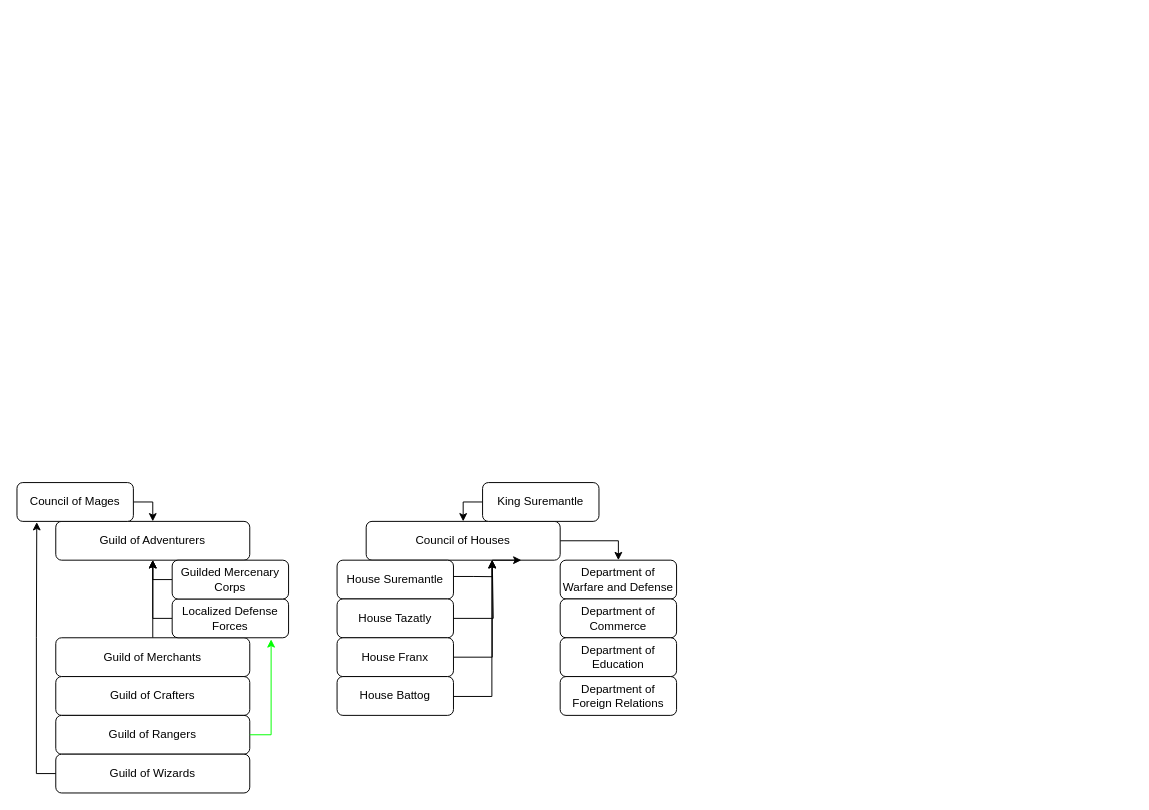
Before: MEDIA/SUPP/alatermenianStructures.drawio in craftingcity/The-Known-World, a draw.io diagram. Source tidied: cells renumbered, new cells numbered last; positions are measured from the earlier drawing's top-left corner, leaving out a move shared by most shapes. Both pictures are drawn from the tidied source at 97%, with x=0, y=0 at pixel (16, 482).
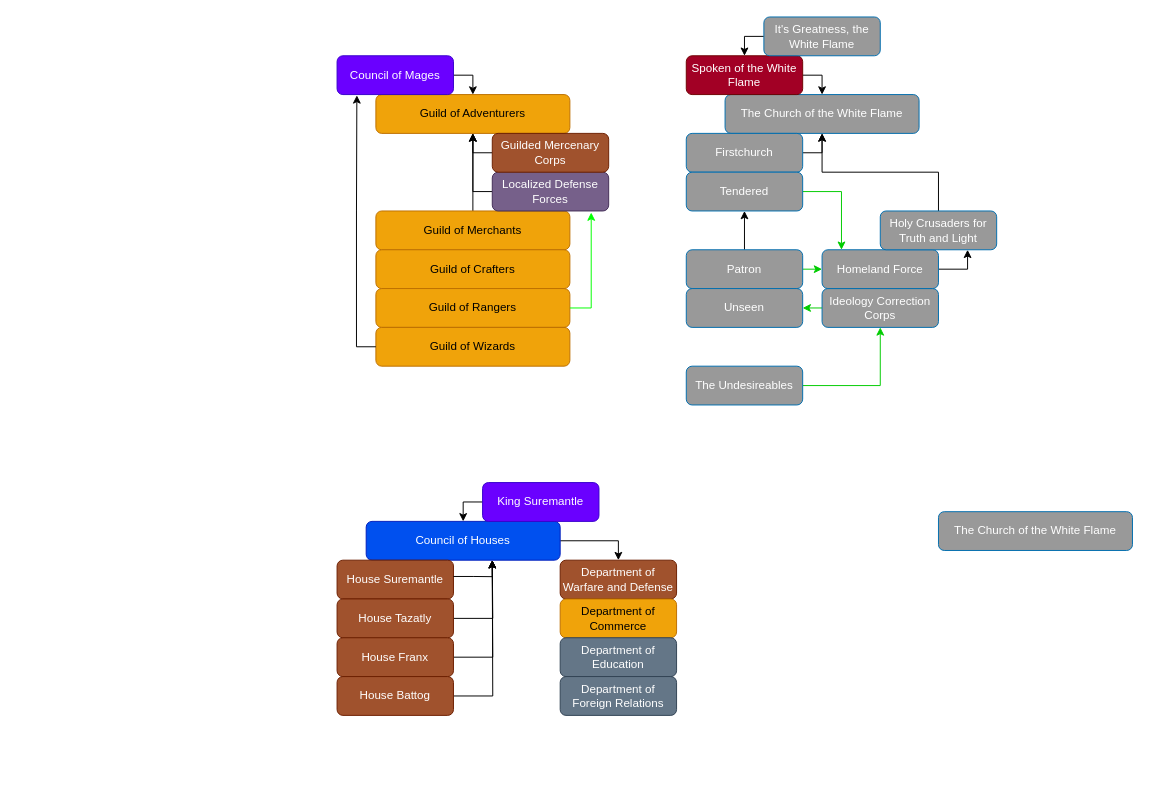
After the change.

Change to the diagram source:
```diff
@@
-    <mxCell id="2" value="Guild of Adventurers" style="rounded=1;whiteSpace=wrap;html=1;" parent="1" vertex="1">
-      <mxGeometry x="40" y="40" width="200" height="40" as="geometry" />
+    <mxCell id="2" value="Guild of Adventurers" style="rounded=1;whiteSpace=wrap;html=1;fillColor=#f0a30a;fontColor=#000000;strokeColor=#BD7000;" parent="1" vertex="1">
+      <mxGeometry x="370" y="-400" width="200" height="40" as="geometry" />
     </mxCell>
@@
-    <mxCell id="4" value="Guild of Merchants" style="rounded=1;whiteSpace=wrap;html=1;" parent="1" vertex="1">
-      <mxGeometry x="40" y="160" width="200" height="40" as="geometry" />
+    <mxCell id="4" value="Guild of Merchants" style="rounded=1;whiteSpace=wrap;html=1;fillColor=#f0a30a;fontColor=#000000;strokeColor=#BD7000;" parent="1" vertex="1">
+      <mxGeometry x="370" y="-280" width="200" height="40" as="geometry" />
     </mxCell>
-    <mxCell id="5" value="Guild of Crafters" style="rounded=1;whiteSpace=wrap;html=1;" parent="1" vertex="1">
-      <mxGeometry x="40" y="200" width="200" height="40" as="geometry" />
+    <mxCell id="5" value="Guild of Crafters" style="rounded=1;whiteSpace=wrap;html=1;fillColor=#f0a30a;fontColor=#000000;strokeColor=#BD7000;" parent="1" vertex="1">
+      <mxGeometry x="370" y="-240" width="200" height="40" as="geometry" />
     </mxCell>
@@
-    <mxCell id="7" value="Localized Defense Forces" style="rounded=1;whiteSpace=wrap;html=1;" parent="1" vertex="1">
-      <mxGeometry x="160" y="120" width="120" height="40" as="geometry" />
+    <mxCell id="7" value="Localized Defense Forces" style="rounded=1;whiteSpace=wrap;html=1;fillColor=#76608a;fontColor=#ffffff;strokeColor=#432D57;" parent="1" vertex="1">
+      <mxGeometry x="490" y="-320" width="120" height="40" as="geometry" />
     </mxCell>
@@
-    <mxCell id="9" value="Guilded Mercenary Corps" style="rounded=1;whiteSpace=wrap;html=1;" parent="1" vertex="1">
-      <mxGeometry x="160" y="80" width="120" height="40" as="geometry" />
+    <mxCell id="9" value="Guilded Mercenary Corps" style="rounded=1;whiteSpace=wrap;html=1;fillColor=#a0522d;fontColor=#ffffff;strokeColor=#6D1F00;" parent="1" vertex="1">
+      <mxGeometry x="490" y="-360" width="120" height="40" as="geometry" />
     </mxCell>
-    <mxCell id="10" value="Guild of Rangers" style="rounded=1;whiteSpace=wrap;html=1;" parent="1" vertex="1">
-      <mxGeometry x="40" y="240" width="200" height="40" as="geometry" />
+    <mxCell id="10" value="Guild of Rangers" style="rounded=1;whiteSpace=wrap;html=1;fillColor=#f0a30a;fontColor=#000000;strokeColor=#BD7000;" parent="1" vertex="1">
+      <mxGeometry x="370" y="-200" width="200" height="40" as="geometry" />
     </mxCell>
-    <mxCell id="11" value="Guild of Wizards" style="rounded=1;whiteSpace=wrap;html=1;" parent="1" vertex="1">
-      <mxGeometry x="40" y="280" width="200" height="40" as="geometry" />
+    <mxCell id="11" value="Guild of Wizards" style="rounded=1;whiteSpace=wrap;html=1;fillColor=#f0a30a;fontColor=#000000;strokeColor=#BD7000;" parent="1" vertex="1">
+      <mxGeometry x="370" y="-160" width="200" height="40" as="geometry" />
     </mxCell>
@@
-    <mxCell id="13" value="Council of Mages" style="rounded=1;whiteSpace=wrap;html=1;" parent="1" vertex="1">
-      <mxGeometry width="120" height="40" as="geometry" />
+    <mxCell id="13" value="Council of Mages" style="rounded=1;whiteSpace=wrap;html=1;fillColor=#6a00ff;fontColor=#ffffff;strokeColor=#3700CC;" parent="1" vertex="1">
+      <mxGeometry x="330" y="-440" width="120" height="40" as="geometry" />
     </mxCell>
@@
-    <mxCell id="17" value="Council of Houses" style="rounded=1;whiteSpace=wrap;html=1;" parent="1" vertex="1">
+    <mxCell id="17" value="Council of Houses" style="rounded=1;whiteSpace=wrap;html=1;fillColor=#0050ef;fontColor=#ffffff;strokeColor=#001DBC;" parent="1" vertex="1">
       <mxGeometry x="360" y="40" width="200" height="40" as="geometry" />
     </mxCell>
@@
-    <mxCell id="19" value="King Suremantle" style="rounded=1;whiteSpace=wrap;html=1;" parent="1" vertex="1">
+    <mxCell id="19" value="King Suremantle" style="rounded=1;whiteSpace=wrap;html=1;fillColor=#6a00ff;fontColor=#ffffff;strokeColor=#3700CC;" parent="1" vertex="1">
       <mxGeometry x="480" width="120" height="40" as="geometry" />
     </mxCell>
-    <mxCell id="20" value="House Suremantle" style="rounded=1;whiteSpace=wrap;html=1;" parent="1" vertex="1">
+    <mxCell id="20" value="House Suremantle" style="rounded=1;whiteSpace=wrap;html=1;fillColor=#a0522d;fontColor=#ffffff;strokeColor=#6D1F00;" parent="1" vertex="1">
       <mxGeometry x="330" y="80" width="120" height="40" as="geometry" />
     </mxCell>
-    <mxCell id="21" style="edgeStyle=orthogonalEdgeStyle;rounded=0;orthogonalLoop=1;jettySize=auto;html=1;exitX=1;exitY=0.5;exitDx=0;exitDy=0;" parent="1" edge="1">
-      <mxGeometry relative="1" as="geometry">
-        <mxPoint x="420" y="140" as="sourcePoint" />
-        <mxPoint x="490" y="80" as="targetPoint" />
-        <Array as="points">
-          <mxPoint x="491" y="140" />
-          <mxPoint x="491" y="80" />
-        </Array>
-      </mxGeometry>
-    </mxCell>
+    <mxCell id="32" style="edgeStyle=orthogonalEdgeStyle;rounded=0;jettySize=auto;html=1;exitX=1;exitY=0.5;exitDx=0;exitDy=0;" parent="1" edge="1" source="22">
+      <mxGeometry relative="1" as="geometry">
+        <mxPoint x="490" y="80" as="targetPoint" />
+      </mxGeometry>
+    </mxCell>
-    <mxCell id="22" value="House Tazatly" style="rounded=1;whiteSpace=wrap;html=1;" parent="1" vertex="1">
+    <mxCell id="22" value="House Tazatly" style="rounded=1;whiteSpace=wrap;html=1;fillColor=#a0522d;fontColor=#ffffff;strokeColor=#6D1F00;" parent="1" vertex="1">
       <mxGeometry x="330" y="120" width="120" height="40" as="geometry" />
     </mxCell>
-    <mxCell id="23" style="edgeStyle=orthogonalEdgeStyle;rounded=0;jettySize=auto;html=1;exitX=1;exitY=0.5;exitDx=0;exitDy=0;" parent="1" edge="1" source="24">
-      <mxGeometry relative="1" as="geometry">
-        <mxPoint x="520" y="80" as="targetPoint" />
-        <Array as="points">
-          <mxPoint x="490" y="180" />
-          <mxPoint x="490" y="80" />
-        </Array>
-      </mxGeometry>
-    </mxCell>
+    <mxCell id="33" style="edgeStyle=orthogonalEdgeStyle;rounded=0;jettySize=auto;html=1;exitX=1;exitY=0.5;exitDx=0;exitDy=0;" parent="1" edge="1" source="24">
+      <mxGeometry relative="1" as="geometry">
+        <mxPoint x="490" y="80" as="targetPoint" />
+      </mxGeometry>
+    </mxCell>
-    <mxCell id="24" value="House Franx" style="rounded=1;whiteSpace=wrap;html=1;" parent="1" vertex="1">
+    <mxCell id="24" value="House Franx" style="rounded=1;whiteSpace=wrap;html=1;fillColor=#a0522d;fontColor=#ffffff;strokeColor=#6D1F00;" parent="1" vertex="1">
       <mxGeometry x="330" y="160" width="120" height="40" as="geometry" />
     </mxCell>
@@
+    <mxCell id="34" style="edgeStyle=orthogonalEdgeStyle;rounded=0;jettySize=auto;html=1;exitX=1;exitY=0.5;exitDx=0;exitDy=0;" parent="1" edge="1" source="26">
+      <mxGeometry relative="1" as="geometry">
+        <mxPoint x="490" y="80" as="targetPoint" />
+      </mxGeometry>
+    </mxCell>
-    <mxCell id="26" value="House Battog" style="rounded=1;whiteSpace=wrap;html=1;" parent="1" vertex="1">
+    <mxCell id="26" value="House Battog" style="rounded=1;whiteSpace=wrap;html=1;fillColor=#a0522d;fontColor=#ffffff;strokeColor=#6D1F00;" parent="1" vertex="1">
       <mxGeometry x="330" y="200" width="120" height="40" as="geometry" />
     </mxCell>
-    <mxCell id="27" style="edgeStyle=orthogonalEdgeStyle;rounded=0;orthogonalLoop=1;jettySize=auto;html=1;exitX=1;exitY=0.5;exitDx=0;exitDy=0;entryX=0.798;entryY=0.987;entryDx=0;entryDy=0;entryPerimeter=0;" parent="1" edge="1">
-      <mxGeometry relative="1" as="geometry">
-        <mxPoint x="450" y="220.5" as="sourcePoint" />
-        <mxPoint x="489.6" y="80" as="targetPoint" />
-        <Array as="points">
-          <mxPoint x="490" y="220.5" />
-        </Array>
-      </mxGeometry>
-    </mxCell>
-    <mxCell id="28" value="Department of Warfare and Defense" style="rounded=1;whiteSpace=wrap;html=1;" parent="1" vertex="1">
+    <mxCell id="28" value="Department of Warfare and Defense" style="rounded=1;whiteSpace=wrap;html=1;fillColor=#a0522d;fontColor=#ffffff;strokeColor=#6D1F00;" parent="1" vertex="1">
       <mxGeometry x="560" y="80" width="120" height="40" as="geometry" />
     </mxCell>
-    <mxCell id="29" value="Department of Commerce" style="rounded=1;whiteSpace=wrap;html=1;" parent="1" vertex="1">
+    <mxCell id="29" value="Department of Commerce" style="rounded=1;whiteSpace=wrap;html=1;fillColor=#f0a30a;fontColor=#000000;strokeColor=#BD7000;" parent="1" vertex="1">
       <mxGeometry x="560" y="120" width="120" height="40" as="geometry" />
     </mxCell>
-    <mxCell id="30" value="Department of Education" style="rounded=1;whiteSpace=wrap;html=1;" parent="1" vertex="1">
+    <mxCell id="30" value="Department of Education" style="rounded=1;whiteSpace=wrap;html=1;fillColor=#647687;fontColor=#ffffff;strokeColor=#314354;" parent="1" vertex="1">
       <mxGeometry x="560" y="160" width="120" height="40" as="geometry" />
     </mxCell>
-    <mxCell id="31" value="Department of Foreign Relations" style="rounded=1;whiteSpace=wrap;html=1;" parent="1" vertex="1">
+    <mxCell id="31" value="Department of Foreign Relations" style="rounded=1;whiteSpace=wrap;html=1;fillColor=#647687;fontColor=#ffffff;strokeColor=#314354;" parent="1" vertex="1">
       <mxGeometry x="560" y="200" width="120" height="40" as="geometry" />
     </mxCell>
+    <mxCell id="35" value="The Church of the White Flame" style="rounded=1;whiteSpace=wrap;html=1;fillColor=#999999;fontColor=#ffffff;strokeColor=#006EAF;" parent="1" vertex="1">
+      <mxGeometry x="730" y="-400" width="200" height="40" as="geometry" />
+    </mxCell>
+    <mxCell id="36" style="edgeStyle=orthogonalEdgeStyle;rounded=0;jettySize=auto;html=1;exitX=1;exitY=0.5;exitDx=0;exitDy=0;entryX=0.5;entryY=0;entryDx=0;entryDy=0;" parent="1" edge="1" source="37" target="35">
+      <mxGeometry relative="1" as="geometry" />
+    </mxCell>
+    <mxCell id="37" value="Spoken of the White Flame" style="rounded=1;whiteSpace=wrap;html=1;fillColor=#a20025;fontColor=#ffffff;strokeColor=#6F0000;" parent="1" vertex="1">
+      <mxGeometry x="690" y="-440" width="120" height="40" as="geometry" />
+    </mxCell>
+    <mxCell id="38" style="edgeStyle=orthogonalEdgeStyle;rounded=0;jettySize=auto;html=1;exitX=0;exitY=0.5;exitDx=0;exitDy=0;" parent="1" edge="1" source="39" target="37">
+      <mxGeometry relative="1" as="geometry" />
+    </mxCell>
+    <mxCell id="39" value="It's Greatness, the White Flame" style="rounded=1;whiteSpace=wrap;html=1;fillColor=#999999;fontColor=#ffffff;strokeColor=#006EAF;" parent="1" vertex="1">
+      <mxGeometry x="770" y="-480" width="120" height="40" as="geometry" />
+    </mxCell>
+    <mxCell id="40" style="edgeStyle=orthogonalEdgeStyle;rounded=0;jettySize=auto;html=1;exitX=1;exitY=0.5;exitDx=0;exitDy=0;" parent="1" edge="1" source="41" target="35">
+      <mxGeometry relative="1" as="geometry" />
+    </mxCell>
+    <mxCell id="41" value="Firstchurch" style="rounded=1;whiteSpace=wrap;html=1;fillColor=#999999;fontColor=#ffffff;strokeColor=#006EAF;" parent="1" vertex="1">
+      <mxGeometry x="690" y="-360" width="120" height="40" as="geometry" />
+    </mxCell>
+    <mxCell id="42" style="edgeStyle=orthogonalEdgeStyle;rounded=0;jettySize=auto;html=1;exitX=1;exitY=0.5;exitDx=0;exitDy=0;strokeColor=#00CC00;" parent="1" edge="1" source="43" target="53">
+      <mxGeometry relative="1" as="geometry">
+        <Array as="points">
+          <mxPoint x="850" y="-300" />
+        </Array>
+      </mxGeometry>
+    </mxCell>
+    <mxCell id="43" value="Tendered" style="rounded=1;whiteSpace=wrap;html=1;fillColor=#999999;fontColor=#ffffff;strokeColor=#006EAF;" parent="1" vertex="1">
+      <mxGeometry x="690" y="-320" width="120" height="40" as="geometry" />
+    </mxCell>
+    <mxCell id="44" style="edgeStyle=orthogonalEdgeStyle;rounded=0;jettySize=auto;html=1;exitX=0.5;exitY=0;exitDx=0;exitDy=0;entryX=0.5;entryY=1;entryDx=0;entryDy=0;" parent="1" edge="1" source="46" target="43">
+      <mxGeometry relative="1" as="geometry" />
+    </mxCell>
+    <mxCell id="45" style="edgeStyle=orthogonalEdgeStyle;rounded=0;jettySize=auto;html=1;exitX=1;exitY=0.5;exitDx=0;exitDy=0;entryX=0;entryY=0.5;entryDx=0;entryDy=0;strokeColor=#00CC00;" parent="1" edge="1" source="46" target="53">
+      <mxGeometry relative="1" as="geometry" />
+    </mxCell>
+    <mxCell id="46" value="Patron" style="rounded=1;whiteSpace=wrap;html=1;fillColor=#999999;fontColor=#ffffff;strokeColor=#006EAF;" parent="1" vertex="1">
+      <mxGeometry x="690" y="-240" width="120" height="40" as="geometry" />
+    </mxCell>
+    <mxCell id="47" value="Unseen" style="rounded=1;whiteSpace=wrap;html=1;fillColor=#999999;fontColor=#ffffff;strokeColor=#006EAF;" parent="1" vertex="1">
+      <mxGeometry x="690" y="-200" width="120" height="40" as="geometry" />
+    </mxCell>
+    <mxCell id="48" style="edgeStyle=orthogonalEdgeStyle;rounded=0;jettySize=auto;html=1;exitX=1;exitY=0.5;exitDx=0;exitDy=0;entryX=0.5;entryY=1;entryDx=0;entryDy=0;strokeColor=#00CC00;" parent="1" edge="1" source="49" target="51">
+      <mxGeometry relative="1" as="geometry" />
+    </mxCell>
+    <mxCell id="49" value="The Undesireables" style="rounded=1;whiteSpace=wrap;html=1;fillColor=#999999;fontColor=#ffffff;strokeColor=#006EAF;" parent="1" vertex="1">
+      <mxGeometry x="690" y="-120" width="120" height="40" as="geometry" />
+    </mxCell>
+    <mxCell id="50" style="edgeStyle=orthogonalEdgeStyle;rounded=0;jettySize=auto;html=1;exitX=0;exitY=0.5;exitDx=0;exitDy=0;entryX=1;entryY=0.5;entryDx=0;entryDy=0;strokeColor=#00CC00;" parent="1" edge="1" source="51" target="47">
+      <mxGeometry relative="1" as="geometry" />
+    </mxCell>
+    <mxCell id="51" value="Ideology Correction Corps" style="rounded=1;whiteSpace=wrap;html=1;fillColor=#999999;fontColor=#ffffff;strokeColor=#006EAF;" parent="1" vertex="1">
+      <mxGeometry x="830" y="-200" width="120" height="40" as="geometry" />
+    </mxCell>
+    <mxCell id="52" style="edgeStyle=orthogonalEdgeStyle;rounded=0;jettySize=auto;html=1;exitX=1;exitY=0.5;exitDx=0;exitDy=0;entryX=0.75;entryY=1;entryDx=0;entryDy=0;" parent="1" edge="1" source="53" target="55">
+      <mxGeometry relative="1" as="geometry" />
+    </mxCell>
+    <mxCell id="53" value="Homeland Force" style="rounded=1;whiteSpace=wrap;html=1;fillColor=#999999;fontColor=#ffffff;strokeColor=#006EAF;" parent="1" vertex="1">
+      <mxGeometry x="830" y="-240" width="120" height="40" as="geometry" />
+    </mxCell>
+    <mxCell id="54" style="edgeStyle=orthogonalEdgeStyle;rounded=0;jettySize=auto;html=1;exitX=0.5;exitY=0;exitDx=0;exitDy=0;" parent="1" edge="1" source="55" target="35">
+      <mxGeometry relative="1" as="geometry" />
+    </mxCell>
+    <mxCell id="55" value="Holy Crusaders for Truth and Light" style="rounded=1;whiteSpace=wrap;html=1;fillColor=#999999;fontColor=#ffffff;strokeColor=#006EAF;" parent="1" vertex="1">
+      <mxGeometry x="890" y="-280" width="120" height="40" as="geometry" />
+    </mxCell>
+    <mxCell id="56" value="The Church of the White Flame" style="rounded=1;whiteSpace=wrap;html=1;fillColor=#999999;fontColor=#ffffff;strokeColor=#006EAF;" parent="1" vertex="1">
+      <mxGeometry x="950" y="30" width="200" height="40" as="geometry" />
+    </mxCell>
```
